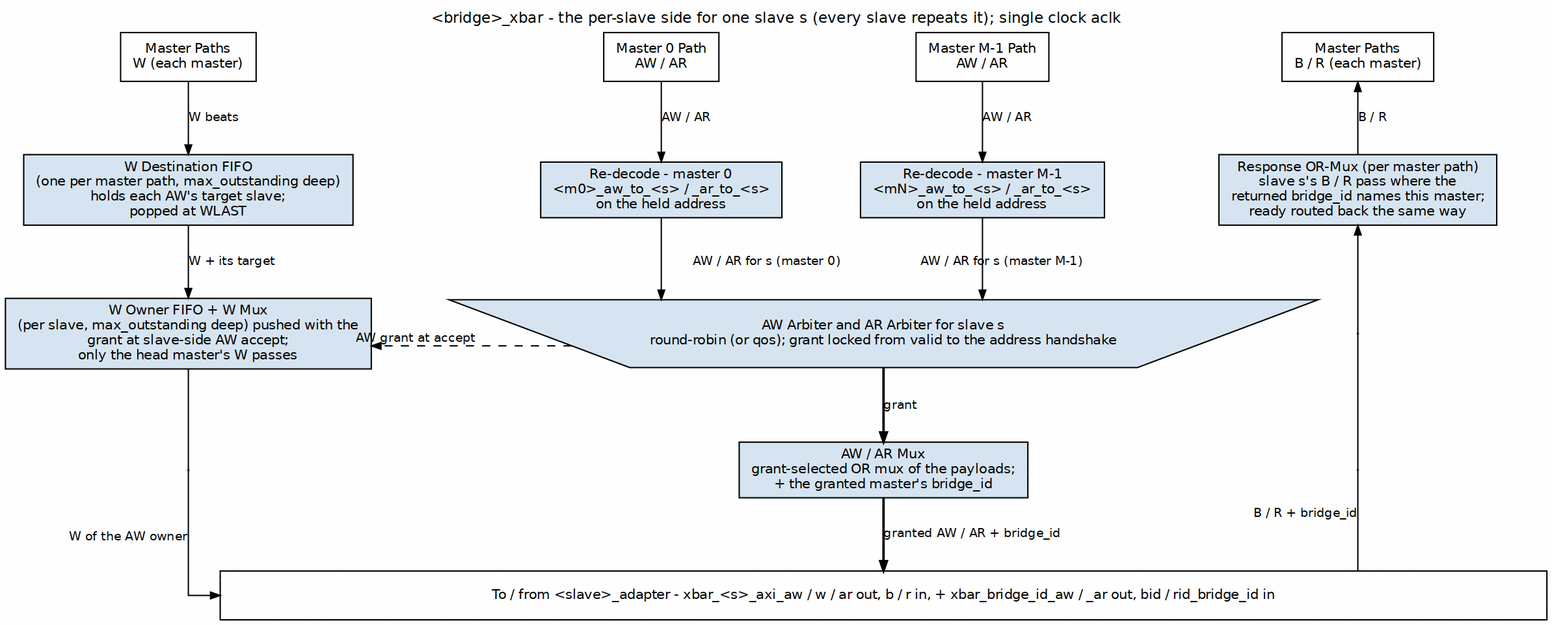
The Graphviz diagram projects/components/fabric-gen-ip/bridge/docs/bridge_mas/assets/graphviz/crossbar_core.png in sean-galloway/RTLDesignSherpa, before a commit. Its source is kept beside it as projects/components/fabric-gen-ip/bridge/docs/bridge_mas/assets/graphviz/crossbar_core.dot.
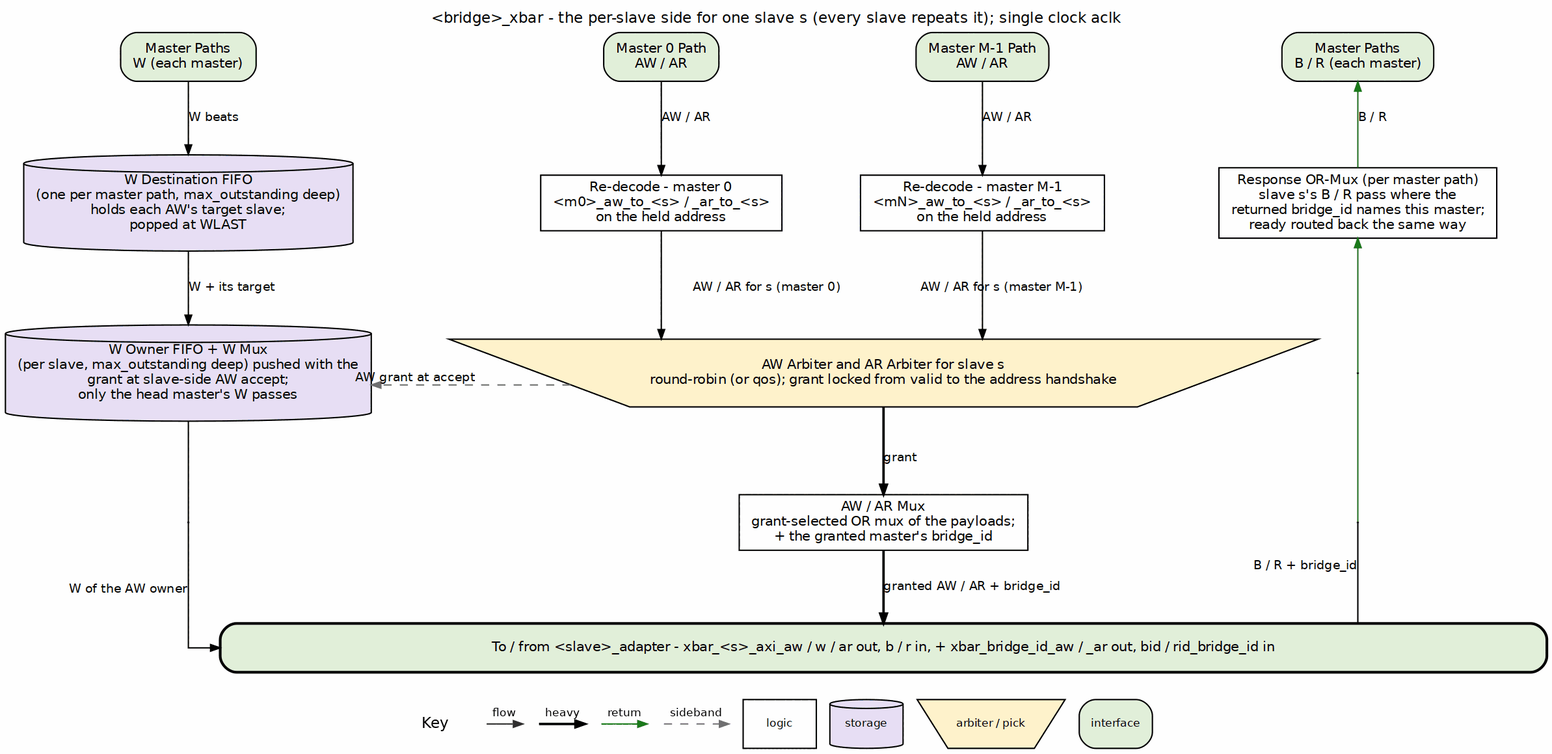
Later version of the same file.

Change to the diagram source:
```diff
@@ -3,38 +3,38 @@
            nodesep="0.40", ranksep="0.60", splines=ortho, labelloc=t,
            label="<bridge>_xbar - the per-slave side for one slave s (every slave repeats it); single clock aclk"];
     node  [fontname="Helvetica", fontsize=10, shape=box, style=filled,
-           fillcolor="#D6E4F0", color="black", margin="0.12,0.06"];
+           fillcolor="white", color="black", margin="0.12,0.06"];
     edge  [fontname="Helvetica", fontsize=9, color="black", arrowsize=0.7];
 
-    pw [label="Master Paths\nW (each master)", fillcolor="white", group=L];
-    p0 [label="Master 0 Path\nAW / AR", fillcolor="white"];
-    pn [label="Master M-1 Path\nAW / AR", fillcolor="white"];
-    pr [label="Master Paths\nB / R (each master)", fillcolor="white", group=R];
+    pw [label="Master Paths\nW (each master)", fillcolor="white", group=L, style="rounded,filled", fillcolor="#E2EFDA"];
+    p0 [label="Master 0 Path\nAW / AR", fillcolor="white", style="rounded,filled", fillcolor="#E2EFDA"];
+    pn [label="Master M-1 Path\nAW / AR", fillcolor="white", style="rounded,filled", fillcolor="#E2EFDA"];
+    pr [label="Master Paths\nB / R (each master)", fillcolor="white", group=R, style="rounded,filled", fillcolor="#E2EFDA"];
     { rank=same; pw; p0; pn; pr; }
     pw -> p0 -> pn -> pr [style=invis];
 
-    wdest [label="W Destination FIFO\n(one per master path, max_outstanding deep)\nholds each AW's target slave;\npopped at WLAST", group=L];
-    d0 [label="Re-decode - master 0\n<m0>_aw_to_<s> / _ar_to_<s>\non the held address"];
-    dn [label="Re-decode - master M-1\n<mN>_aw_to_<s> / _ar_to_<s>\non the held address"];
-    rmux [label="Response OR-Mux (per master path)\nslave s's B / R pass where the\nreturned bridge_id names this master;\nready routed back the same way", group=R];
+    wdest [label="W Destination FIFO\n(one per master path, max_outstanding deep)\nholds each AW's target slave;\npopped at WLAST", group=L, shape=cylinder, style="filled", fillcolor="#E8DFF5"];
+    d0 [label="Re-decode - master 0\n<m0>_aw_to_<s> / _ar_to_<s>\non the held address", style="filled", fillcolor="white"];
+    dn [label="Re-decode - master M-1\n<mN>_aw_to_<s> / _ar_to_<s>\non the held address", style="filled", fillcolor="white"];
+    rmux [label="Response OR-Mux (per master path)\nslave s's B / R pass where the\nreturned bridge_id names this master;\nready routed back the same way", group=R, style="filled", fillcolor="white"];
     { rank=same; wdest; d0; dn; rmux; }
     wdest -> d0 -> dn -> rmux [style=invis];
 
-    wown [label="W Owner FIFO + W Mux\n(per slave, max_outstanding deep) pushed with the\ngrant at slave-side AW accept;\nonly the head master's W passes", group=L];
+    wown [label="W Owner FIFO + W Mux\n(per slave, max_outstanding deep) pushed with the\ngrant at slave-side AW accept;\nonly the head master's W passes", group=L, shape=cylinder, style="filled", fillcolor="#E8DFF5"];
     arb [label="AW Arbiter and AR Arbiter for slave s\nround-robin (or qos); grant locked from valid to the address handshake",
-         shape=invtrapezium, width=6.0, height=0.7];
+         shape=invtrapezium, width=6.0, height=0.7, style="filled", fillcolor="#FFF2CC"];
     pr2 [shape=point, width=0.01, label="", group=R];
     { rank=same; wown; arb; pr2; }
     wown -> arb [style=invis];
 
     pl3 [shape=point, width=0.01, label="", group=L];
-    amux [label="AW / AR Mux\ngrant-selected OR mux of the payloads;\n+ the granted master's bridge_id"];
+    amux [label="AW / AR Mux\ngrant-selected OR mux of the payloads;\n+ the granted master's bridge_id", style="filled", fillcolor="white"];
     pr3 [shape=point, width=0.01, label="", group=R];
     { rank=same; pl3; amux; pr3; }
     pl3 -> amux -> pr3 [style=invis];
 
     bar [label="To / from <slave>_adapter - xbar_<s>_axi_aw / w / ar out, b / r in, + xbar_bridge_id_aw / _ar out, bid / rid_bridge_id in",
-         fillcolor="white", width=13.6];
+         fillcolor="white", width=13.6, style="rounded,filled,bold", fillcolor="#E2EFDA"];
 
     pw -> wdest [label="W beats"];
     wdest -> wown [label="W + its target"];
@@ -47,10 +47,10 @@
     dn -> arb [label="AW / AR for s (master M-1)"];
     arb -> amux [label="grant", penwidth=1.8];
     amux -> bar [label="granted AW / AR + bridge_id", penwidth=1.8];
-    arb -> wown [style=dashed, xlabel="AW grant at accept"];
+    arb -> wown [style=dashed, color="#777777", xlabel="AW grant at accept"];
 
-    pr -> rmux [dir=back, label="B / R"];
-    rmux -> pr2 [dir=back];
-    pr2 -> pr3 [dir=none];
+    pr -> rmux [color="#1A7A1A", dir=back, label="B / R"];
+    rmux -> pr2 [color="#1A7A1A", dir=back];
+    pr2 -> pr3 [color="#1A7A1A", dir=none];
     pr3 -> bar [dir=none, xlabel="B / R + bridge_id"];
 }
```
